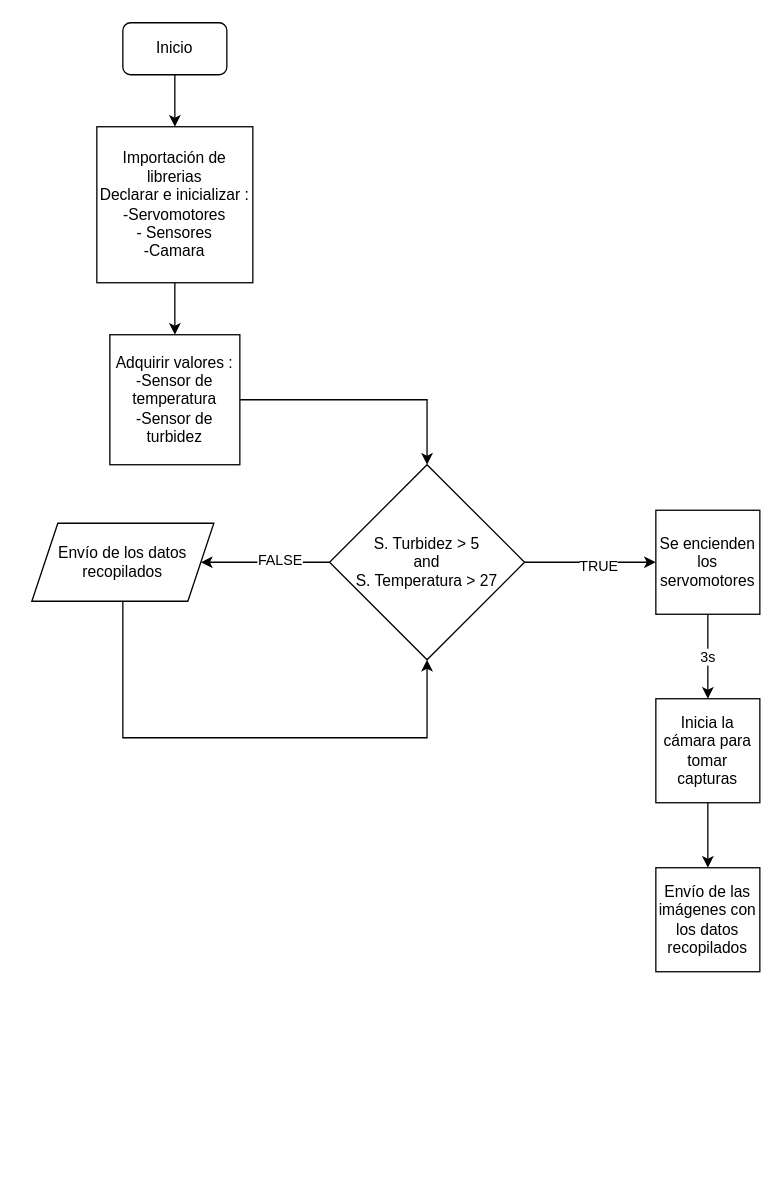
Above: Proyecto/Documentación/Microplástico.drawio in SebastianSilvaSC/Fundamento-Grupo_5 (draw.io), before the change. Source tidied: cells renumbered, new cells numbered last; positions are measured from the earlier drawing's top-left corner, leaving out a move shared by most shapes. Both pictures are drawn from the tidied source at 130%, with x=0, y=0 at pixel (31, 22).
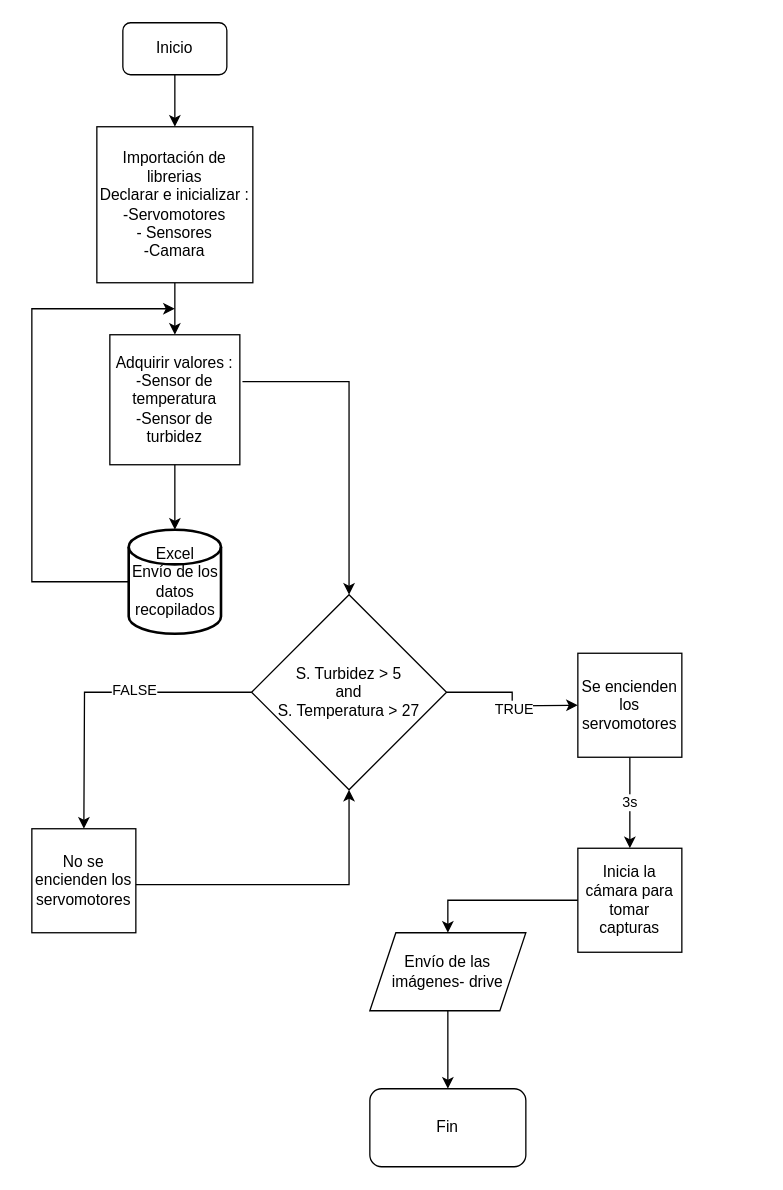
The same diagram, later.

Unchanged cells that the change refers to:
```xml
<mxCell id="5" value="Adquirir valores :&lt;div&gt;-Sensor de temperatura&lt;/div&gt;&lt;div&gt;-Sensor de turbidez&lt;/div&gt;" style="whiteSpace=wrap;html=1;" parent="1" vertex="1">
  <mxGeometry x="60" y="240" width="100" height="100" as="geometry" />
</mxCell>
```

Change to the diagram source:
```diff
@@
-    <mxCell id="4" style="edgeStyle=orthogonalEdgeStyle;rounded=0;jettySize=auto;html=1;exitX=1;exitY=0.5;exitDx=0;exitDy=0;entryX=0.5;entryY=0;entryDx=0;entryDy=0;" parent="1" edge="1" source="5" target="12">
+    <mxCell id="4" style="edgeStyle=orthogonalEdgeStyle;rounded=0;jettySize=auto;html=1;exitX=1.02;exitY=0.36;exitDx=0;exitDy=0;entryX=0.5;entryY=0;entryDx=0;entryDy=0;exitPerimeter=0;" parent="1" edge="1" source="5" target="12">
       <mxGeometry relative="1" as="geometry" />
     </mxCell>
@@
-    <mxCell id="8" style="edgeStyle=orthogonalEdgeStyle;rounded=0;jettySize=auto;html=1;entryX=1;entryY=0.5;entryDx=0;entryDy=0;" parent="1" edge="1" source="12" target="13">
-      <mxGeometry relative="1" as="geometry" />
+    <mxCell id="8" style="edgeStyle=orthogonalEdgeStyle;rounded=0;jettySize=auto;html=1;entryX=0.5;entryY=0;entryDx=0;entryDy=0;" parent="1" edge="1" source="12">
+      <mxGeometry relative="1" as="geometry">
+        <mxPoint x="40" y="620" as="targetPoint" />
+      </mxGeometry>
     </mxCell>
@@
     <mxCell id="10" style="edgeStyle=orthogonalEdgeStyle;rounded=0;jettySize=auto;html=1;" parent="1" edge="1" source="12">
       <mxGeometry relative="1" as="geometry">
-        <mxPoint x="480" y="415" as="targetPoint" />
+        <mxPoint x="420" y="525" as="targetPoint" />
       </mxGeometry>
     </mxCell>
@@
     <mxCell id="12" value="S. Turbidez &amp;gt; 5&lt;br&gt;and&lt;br&gt;S. Temperatura &amp;gt; 27" style="rhombus;whiteSpace=wrap;html=1;" parent="1" vertex="1">
-      <mxGeometry x="229" y="340" width="150" height="150" as="geometry" />
+      <mxGeometry x="169" y="440" width="150" height="150" as="geometry" />
     </mxCell>
-    <mxCell id="13" value="Envío de los datos recopilados" style="shape=parallelogram;perimeter=parallelogramPerimeter;whiteSpace=wrap;html=1;fixedSize=1;" parent="1" vertex="1">
-      <mxGeometry y="385" width="140" height="60" as="geometry" />
-    </mxCell>
-    <mxCell id="14" style="endArrow=classic;html=1;rounded=0;entryX=0.5;entryY=1;entryDx=0;entryDy=0;exitX=0.5;exitY=1;exitDx=0;exitDy=0;" parent="1" edge="1" source="13" target="12">
+    <mxCell id="14" style="endArrow=classic;html=1;rounded=0;entryX=0.5;entryY=1;entryDx=0;entryDy=0;" parent="1" edge="1" target="12">
       <mxGeometry relative="1" as="geometry">
+        <mxPoint x="73" y="663" as="sourcePoint" />
         <Array as="points">
-          <mxPoint x="70" y="550" />
-          <mxPoint x="304" y="550" />
+          <mxPoint x="244" y="663" />
         </Array>
       </mxGeometry>
     </mxCell>
-    <mxCell id="15" style="edgeStyle=orthogonalEdgeStyle;rounded=0;jettySize=auto;html=1;" parent="1" edge="1" source="17">
-      <mxGeometry relative="1" as="geometry">
-        <mxPoint x="520" y="520" as="targetPoint" />
-      </mxGeometry>
+    <mxCell id="15" style="edgeStyle=orthogonalEdgeStyle;rounded=0;jettySize=auto;html=1;entryX=0.5;entryY=0;entryDx=0;entryDy=0;" parent="1" edge="1" source="17" target="19">
+      <mxGeometry relative="1" as="geometry" />
     </mxCell>
@@
     <mxCell id="17" value="Se encienden los servomotores" style="whiteSpace=wrap;html=1;" parent="1" vertex="1">
-      <mxGeometry x="480" y="375" width="80" height="80" as="geometry" />
+      <mxGeometry x="420" y="485" width="80" height="80" as="geometry" />
     </mxCell>
-    <mxCell id="18" style="edgeStyle=orthogonalEdgeStyle;rounded=0;jettySize=auto;html=1;" parent="1" edge="1" source="19">
-      <mxGeometry relative="1" as="geometry">
-        <mxPoint x="520" y="650" as="targetPoint" />
-      </mxGeometry>
-    </mxCell>
+    <mxCell id="21" style="edgeStyle=orthogonalEdgeStyle;rounded=0;jettySize=auto;html=1;entryX=0.5;entryY=0;entryDx=0;entryDy=0;" parent="1" edge="1" source="19" target="23">
+      <mxGeometry relative="1" as="geometry" />
+    </mxCell>
     <mxCell id="19" value="Inicia la cámara para tomar capturas" style="whiteSpace=wrap;html=1;" parent="1" vertex="1">
-      <mxGeometry x="480" y="520" width="80" height="80" as="geometry" />
+      <mxGeometry x="420" y="635" width="80" height="80" as="geometry" />
     </mxCell>
-    <mxCell id="20" value="Envío de las imágenes con los datos recopilados" style="whiteSpace=wrap;html=1;" parent="1" vertex="1">
-      <mxGeometry x="480" y="650" width="80" height="80" as="geometry" />
-    </mxCell>
+    <mxCell id="22" style="edgeStyle=orthogonalEdgeStyle;rounded=0;jettySize=auto;html=1;" parent="1" edge="1" source="23" target="28">
+      <mxGeometry relative="1" as="geometry" />
+    </mxCell>
+    <mxCell id="23" value="Envío de las imágenes- drive" style="shape=parallelogram;perimeter=parallelogramPerimeter;whiteSpace=wrap;html=1;fixedSize=1;" parent="1" vertex="1">
+      <mxGeometry x="260" y="700" width="120" height="60" as="geometry" />
+    </mxCell>
+    <mxCell id="24" value="Excel&lt;div&gt;Envío de los datos recopilados&lt;br&gt;&lt;/div&gt;" style="strokeWidth=2;html=1;shape=mxgraph.flowchart.database;whiteSpace=wrap;" parent="1" vertex="1">
+      <mxGeometry x="74.5" y="390" width="71" height="80" as="geometry" />
+    </mxCell>
+    <mxCell id="25" value="No se encienden los servomotores" style="whiteSpace=wrap;html=1;" parent="1" vertex="1">
+      <mxGeometry y="620" width="80" height="80" as="geometry" />
+    </mxCell>
+    <mxCell id="26" style="edgeStyle=orthogonalEdgeStyle;rounded=0;jettySize=auto;html=1;entryX=0.5;entryY=0;entryDx=0;entryDy=0;entryPerimeter=0;" parent="1" edge="1" source="5" target="24">
+      <mxGeometry relative="1" as="geometry" />
+    </mxCell>
+    <mxCell id="27" style="endArrow=classic;html=1;rounded=0;exitX=0;exitY=0.5;exitDx=0;exitDy=0;exitPerimeter=0;" parent="1" edge="1" source="24">
+      <mxGeometry relative="1" as="geometry">
+        <mxPoint x="110" y="220" as="targetPoint" />
+        <Array as="points">
+          <mxPoint y="430" />
+          <mxPoint y="220" />
+        </Array>
+      </mxGeometry>
+    </mxCell>
+    <mxCell id="28" value="Fin" style="rounded=1;whiteSpace=wrap;html=1;" parent="1" vertex="1">
+      <mxGeometry x="260" y="820" width="120" height="60" as="geometry" />
+    </mxCell>
```
